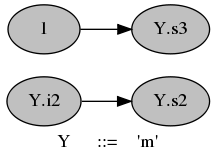
gerakilmurray/genevalmag keeps this Graphviz diagram as src/out_graph/dp_graph_3.dot.png. Above is the earlier version. Its source is kept beside it as src/out_graph/dp_graph_3.dot.
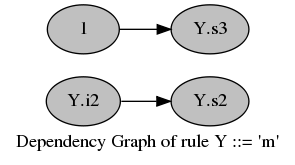
After the commit.

Diff of the diagram source:
```diff
@@ -1,6 +1,6 @@
 digraph G {
 graph [
-label="Y	::=	'm'", rankdir="LR", ratio="compress"];
+label="Dependency Graph of rule Y ::= 'm'", rankdir="LR", ratio="compress"];
 node [
 color="black", fillcolor="gray", shape="ellipse", style="filled"];
 0[label="Y.s2"];
```
